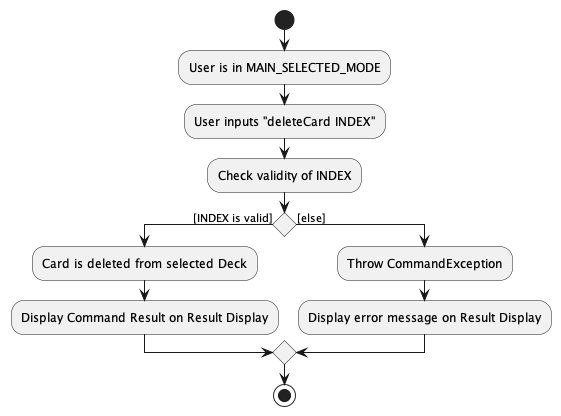
Before: docs/images/DeleteCardActivityDiagram.png, a diagram exported from PlantUML (nus-cs2103-AY2223S2/tp). The source it was exported from:
```plantuml
@startuml

start
:User is in MAIN_SELECTED_MODE;
:User inputs "deleteCard INDEX";
:Check validity of INDEX;

if () then ([INDEX is valid])
    :Card is deleted from selected Deck;
    :Display Command Result on Result Display;
else ([else])
    :Throw CommandException;
    :Display error message on Result Display;

endif

stop
@enduml
```
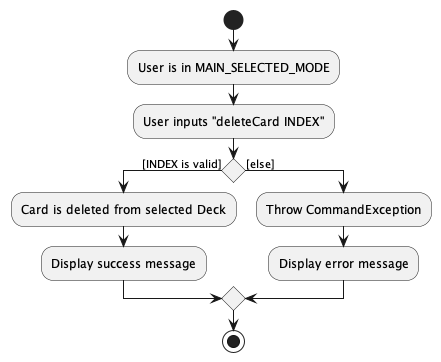
After the change.

Diff of the diagram source:
```diff
@@ -3,14 +3,13 @@
 start
 :User is in MAIN_SELECTED_MODE;
 :User inputs "deleteCard INDEX";
-:Check validity of INDEX;
 
 if () then ([INDEX is valid])
     :Card is deleted from selected Deck;
-    :Display Command Result on Result Display;
+    :Display success message;
 else ([else])
     :Throw CommandException;
-    :Display error message on Result Display;
+    :Display error message;
 
 endif
 
```
